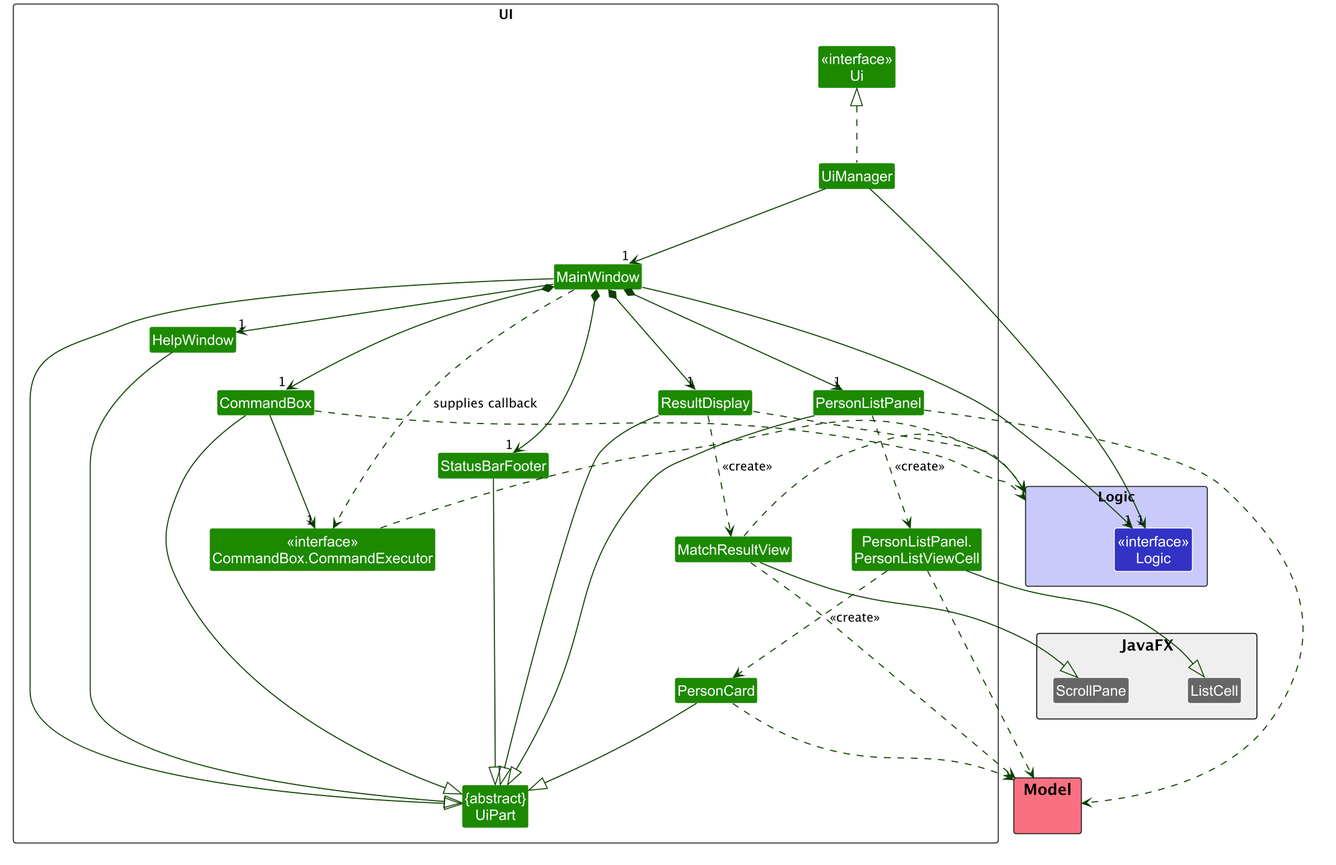
This is docs/images/UiClassDiagram.png from AY2627S1-CS2103T-W09-1/tp, a PlantUML export, as it was before one commit.
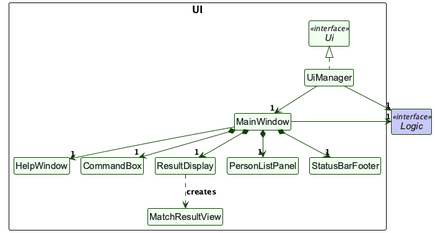
Above is the later version.

What changed in the source:
```diff
@@ -1,76 +1,37 @@
 @startuml
 !pragma layout smetana
 !include style.puml
-skinparam dpi 150
-skinparam arrowThickness 1.1
 skinparam arrowColor UI_COLOR_T4
-skinparam classBackgroundColor UI_COLOR
-skinparam nodesep 60
-skinparam ranksep 75
-skinparam ArrowFontStyle plain
+skinparam classBackgroundColor #F0FFF0
+skinparam classBorderColor UI_COLOR_T4
+skinparam classFontColor #202020
+skinparam classAttributeFontColor #202020
+skinparam classStereotypeFontColor #202020
+skinparam nodesep 45
+skinparam ranksep 55
 
-package UI <<Rectangle>> {
-    Class "<<interface>>\nUi" as Ui
-    Class "{abstract}\nUiPart" as UiPart
-    Class UiManager
-    Class MainWindow
-    Class HelpWindow
-    Class CommandBox
-    Class "<<interface>>\nCommandBox.CommandExecutor" as CommandExecutor
-    Class ResultDisplay
-    Class MatchResultView
-    Class PersonListPanel
-    Class "PersonListPanel.\nPersonListViewCell" as PersonListViewCell
-    Class PersonCard
-    Class StatusBarFooter
+package UI as UiPackage {
+interface Ui <<interface>>
+class UiManager
+class MainWindow
+class HelpWindow
+class CommandBox
+class ResultDisplay
+class PersonListPanel
+class StatusBarFooter
+class MatchResultView
 }
 
-package Logic as LogicPackage LOGIC_COLOR_T1 {
-    Class "<<interface>>\nLogic" as LogicApi LOGIC_COLOR
-}
-
-package Model MODEL_COLOR_T1 {
-}
-
-package JavaFX #EEEEEE {
-    Class ScrollPane #666666
-    Class ListCell #666666
-}
+interface "Logic" as LogicApi <<interface>> LOGIC_COLOR_T1
 
 UiManager .up.|> Ui
 UiManager -down-> "1" MainWindow
+UiManager -right-> "1" LogicApi
+MainWindow -right-> "1" LogicApi
+MainWindow -down-> "1" HelpWindow
 MainWindow *-down-> "1" CommandBox
 MainWindow *-down-> "1" ResultDisplay
 MainWindow *-down-> "1" PersonListPanel
 MainWindow *-down-> "1" StatusBarFooter
-MainWindow -right-> "1" HelpWindow
-
-CommandBox -down-> "1" CommandExecutor
-MainWindow ..> CommandExecutor : supplies callback
-ResultDisplay .down.> MatchResultView : <<create>>
-PersonListPanel .down.> PersonListViewCell : <<create>>
-PersonListViewCell .down.> PersonCard : <<create>>
-
-MainWindow --|> UiPart
-HelpWindow --|> UiPart
-CommandBox --|> UiPart
-ResultDisplay --|> UiPart
-PersonListPanel --|> UiPart
-PersonCard --|> UiPart
-StatusBarFooter --|> UiPart
-MatchResultView --|> ScrollPane
-PersonListViewCell --|> ListCell
-
-UiManager -left-> "1" LogicApi
-MainWindow -left-> "1" LogicApi
-
-CommandBox .[norank].> LogicPackage
-CommandExecutor .[norank].> LogicPackage
-ResultDisplay .[norank].> LogicPackage
-MatchResultView .[norank].> LogicPackage
-PersonListPanel .[norank].> Model
-PersonListViewCell .[norank].> Model
-PersonCard .[norank].> Model
-MatchResultView .[norank].> Model
-
+ResultDisplay .down.> MatchResultView : creates
 @enduml
```
